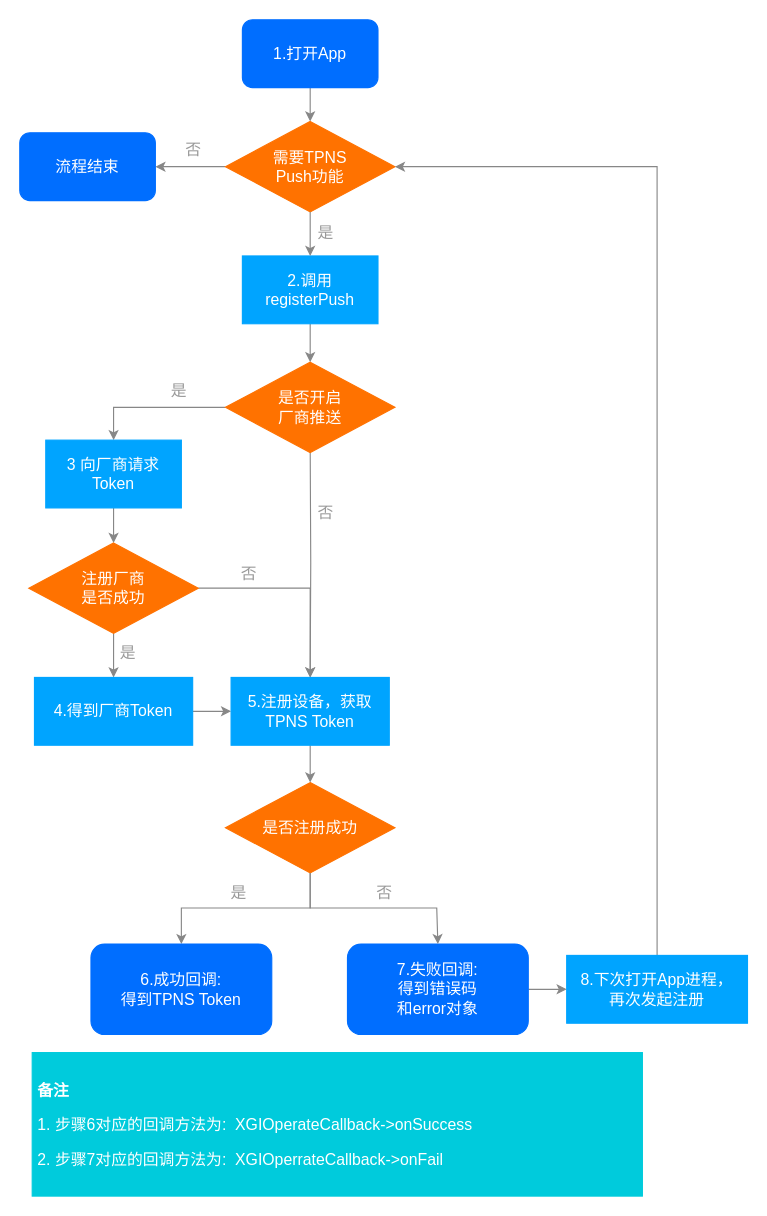
muyanbiao/tpnsFlowChart keeps this draw.io diagram as register_android.drawio. Above is the earlier version. Source tidied: cells renumbered, new cells numbered last; positions are measured from the earlier drawing's top-left corner, leaving out a move shared by most shapes. Both pictures are drawn from the tidied source at 113%, with x=0, y=0 at pixel (19, 19).
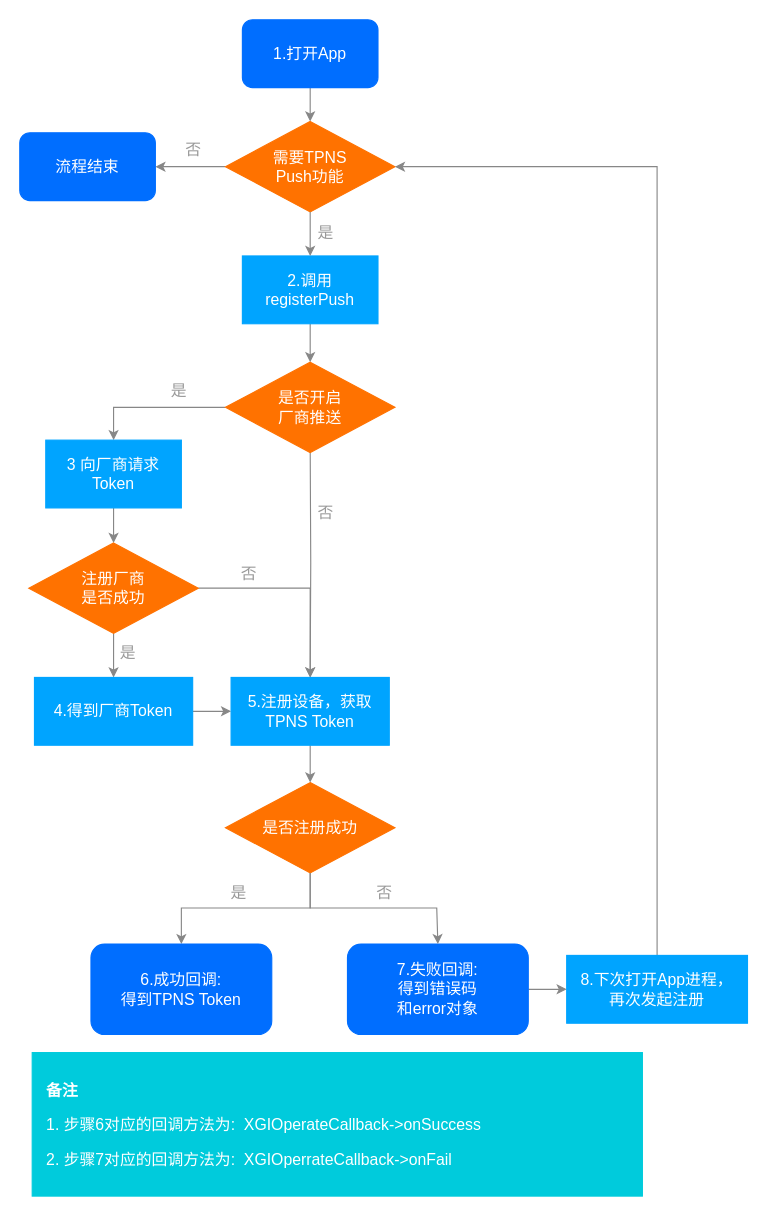
The same diagram, later.

Change to the diagram source:
```diff
@@
-    <mxCell id="35" value="&lt;h1 style=&quot;font-size: 14px&quot;&gt;&lt;br&gt;&lt;/h1&gt;&lt;h1 style=&quot;font-size: 14px&quot;&gt;备注&lt;/h1&gt;&lt;p style=&quot;font-family: &amp;quot;helvetica&amp;quot; ; font-size: 14px&quot;&gt;1. 步骤6对应的回调方法为:&amp;nbsp;&amp;nbsp;XGIOperateCallback-&amp;gt;onSuccess&lt;/p&gt;&lt;p style=&quot;font-family: &amp;quot;helvetica&amp;quot; ; font-size: 14px&quot;&gt;2. 步骤7对应的回调方法为:&amp;nbsp; XGIOperrateCallback-&amp;gt;onFail&lt;/p&gt;&lt;p style=&quot;font-size: 14px&quot;&gt;&lt;br style=&quot;font-size: 14px&quot;&gt;&lt;/p&gt;" style="text;html=1;spacing=5;spacingTop=-20;whiteSpace=wrap;overflow=hidden;rounded=0;fontSize=14;fillColor=#00CBDC;strokeColor=#00CBDC;fontColor=#FFFFFF;" parent="1" vertex="1">
+    <mxCell id="35" value="&lt;h1 style=&quot;font-size: 14px&quot;&gt;&lt;br&gt;&lt;/h1&gt;&lt;h1 style=&quot;font-size: 14px&quot;&gt;&amp;nbsp; 备注&lt;/h1&gt;&lt;p style=&quot;font-family: &amp;#34;helvetica&amp;#34; ; font-size: 14px&quot;&gt;&amp;nbsp; 1. 步骤6对应的回调方法为:&amp;nbsp;&amp;nbsp;XGIOperateCallback-&amp;gt;onSuccess&lt;/p&gt;&lt;p style=&quot;font-family: &amp;#34;helvetica&amp;#34; ; font-size: 14px&quot;&gt;&amp;nbsp; 2. 步骤7对应的回调方法为:&amp;nbsp; XGIOperrateCallback-&amp;gt;onFail&lt;/p&gt;&lt;p style=&quot;font-size: 14px&quot;&gt;&lt;br style=&quot;font-size: 14px&quot;&gt;&lt;/p&gt;" style="text;html=1;spacing=5;spacingTop=-20;whiteSpace=wrap;overflow=hidden;rounded=0;fontSize=14;fillColor=#00CBDC;strokeColor=#00CBDC;fontColor=#FFFFFF;" parent="1" vertex="1">
       <mxGeometry x="11" y="914" width="540" height="127" as="geometry" />
     </mxCell>
```
